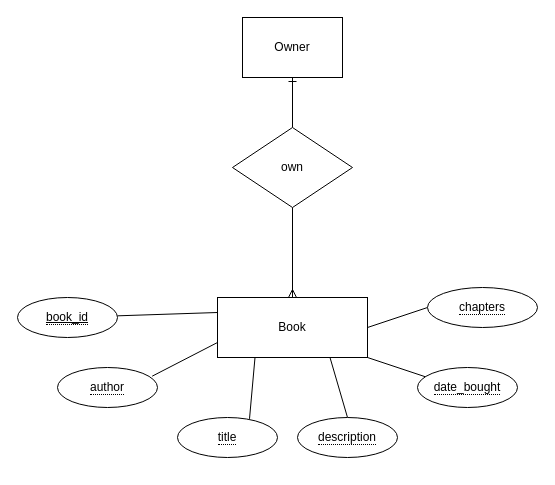
OinkoIT/BE16-DBDev-DAY1-Claus-Christoph keeps this draw.io diagram as page "ER" (2 of 3) of christoph/books.drawio. Above is the earlier version. Source tidied: cells renumbered, new cells numbered last; positions are measured from the earlier drawing's top-left corner, leaving out a move shared by most shapes. Both pictures are drawn from the tidied source at 100%, with x=0, y=0 at pixel (17, 17).
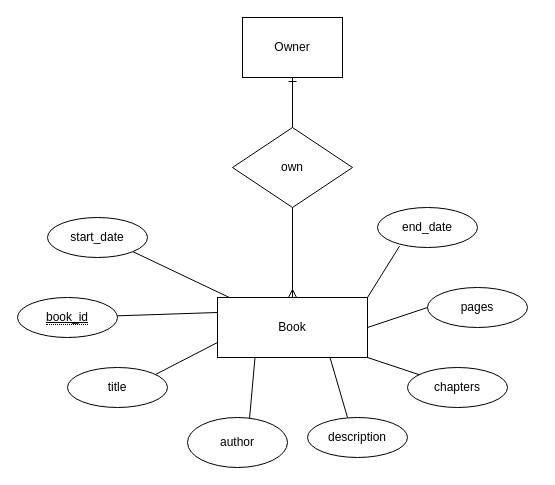
The same page after the edit.

The change refers to these unchanged cells:
```xml
<mxCell id="9" value="Book" style="whiteSpace=wrap;html=1;align=center;" parent="1" vertex="1">
  <mxGeometry x="200" y="280" width="150" height="60" as="geometry" />
</mxCell>
```

Change to the diagram source:
```diff
@@
-    <mxCell id="3" style="edgeStyle=none;html=1;exitX=1;exitY=0.5;exitDx=0;exitDy=0;entryX=0;entryY=0.5;entryDx=0;entryDy=0;endArrow=none;endFill=0;" parent="1" edge="1" source="9" target="15">
-      <mxGeometry relative="1" as="geometry" />
+    <mxCell id="3" style="edgeStyle=none;html=1;exitX=1;exitY=0.5;exitDx=0;exitDy=0;entryX=0;entryY=0.5;entryDx=0;entryDy=0;endArrow=none;endFill=0;" parent="1" edge="1" source="9">
+      <mxGeometry relative="1" as="geometry">
+        <mxPoint x="410" y="290" as="targetPoint" />
+      </mxGeometry>
     </mxCell>
-    <mxCell id="4" style="edgeStyle=none;html=1;exitX=1;exitY=1;exitDx=0;exitDy=0;entryX=0.08;entryY=0.233;entryDx=0;entryDy=0;entryPerimeter=0;endArrow=none;endFill=0;" parent="1" edge="1" source="9" target="14">
-      <mxGeometry relative="1" as="geometry" />
+    <mxCell id="4" style="edgeStyle=none;html=1;exitX=1;exitY=1;exitDx=0;exitDy=0;entryX=0.08;entryY=0.233;entryDx=0;entryDy=0;entryPerimeter=0;endArrow=none;endFill=0;" parent="1" edge="1" source="9">
+      <mxGeometry relative="1" as="geometry">
+        <mxPoint x="408" y="359.3" as="targetPoint" />
+      </mxGeometry>
     </mxCell>
-    <mxCell id="5" style="edgeStyle=none;html=1;exitX=0.75;exitY=1;exitDx=0;exitDy=0;entryX=0.5;entryY=0;entryDx=0;entryDy=0;endArrow=none;endFill=0;" parent="1" edge="1" source="9" target="13">
-      <mxGeometry relative="1" as="geometry" />
+    <mxCell id="5" style="edgeStyle=none;html=1;exitX=0.75;exitY=1;exitDx=0;exitDy=0;entryX=0.5;entryY=0;entryDx=0;entryDy=0;endArrow=none;endFill=0;" parent="1" edge="1" source="9">
+      <mxGeometry relative="1" as="geometry">
+        <mxPoint x="330" y="400" as="targetPoint" />
+      </mxGeometry>
     </mxCell>
-    <mxCell id="6" style="edgeStyle=none;html=1;exitX=0.25;exitY=1;exitDx=0;exitDy=0;entryX=0.72;entryY=0.033;entryDx=0;entryDy=0;entryPerimeter=0;endArrow=none;endFill=0;" parent="1" edge="1" source="9" target="12">
-      <mxGeometry relative="1" as="geometry" />
+    <mxCell id="6" style="edgeStyle=none;html=1;exitX=0.25;exitY=1;exitDx=0;exitDy=0;entryX=0.72;entryY=0.033;entryDx=0;entryDy=0;entryPerimeter=0;endArrow=none;endFill=0;" parent="1" edge="1" source="9">
+      <mxGeometry relative="1" as="geometry">
+        <mxPoint x="232" y="401.3" as="targetPoint" />
+      </mxGeometry>
     </mxCell>
-    <mxCell id="7" style="edgeStyle=none;html=1;exitX=0;exitY=0.75;exitDx=0;exitDy=0;entryX=0.947;entryY=0.217;entryDx=0;entryDy=0;entryPerimeter=0;endArrow=none;endFill=0;" parent="1" edge="1" source="9" target="11">
-      <mxGeometry relative="1" as="geometry" />
+    <mxCell id="7" style="edgeStyle=none;html=1;exitX=0;exitY=0.75;exitDx=0;exitDy=0;entryX=0.947;entryY=0.217;entryDx=0;entryDy=0;entryPerimeter=0;endArrow=none;endFill=0;" parent="1" edge="1" source="9">
+      <mxGeometry relative="1" as="geometry">
+        <mxPoint x="134.7" y="358.7" as="targetPoint" />
+      </mxGeometry>
     </mxCell>
@@
+    <mxCell id="19" style="edgeStyle=none;html=1;exitX=1;exitY=0;exitDx=0;exitDy=0;entryX=0.22;entryY=0.967;entryDx=0;entryDy=0;entryPerimeter=0;endArrow=none;endFill=0;" parent="1" edge="1" source="9" target="23">
+      <mxGeometry relative="1" as="geometry" />
+    </mxCell>
@@
-    <mxCell id="11" value="&lt;span style=&quot;border-bottom: 1px dotted&quot;&gt;author&lt;/span&gt;" style="ellipse;whiteSpace=wrap;html=1;align=center;" parent="1" vertex="1">
-      <mxGeometry x="40" y="350" width="100" height="40" as="geometry" />
-    </mxCell>
-    <mxCell id="12" value="&lt;span style=&quot;border-bottom: 1px dotted&quot;&gt;title&lt;br&gt;&lt;/span&gt;" style="ellipse;whiteSpace=wrap;html=1;align=center;" parent="1" vertex="1">
-      <mxGeometry x="160" y="400" width="100" height="40" as="geometry" />
-    </mxCell>
-    <mxCell id="13" value="&lt;span style=&quot;border-bottom: 1px dotted&quot;&gt;description&lt;/span&gt;" style="ellipse;whiteSpace=wrap;html=1;align=center;" parent="1" vertex="1">
-      <mxGeometry x="280" y="400" width="100" height="40" as="geometry" />
-    </mxCell>
-    <mxCell id="14" value="&lt;span style=&quot;border-bottom: 1px dotted&quot;&gt;date_bought&lt;/span&gt;" style="ellipse;whiteSpace=wrap;html=1;align=center;" parent="1" vertex="1">
-      <mxGeometry x="400" y="350" width="100" height="40" as="geometry" />
-    </mxCell>
-    <mxCell id="15" value="&lt;span style=&quot;border-bottom: 1px dotted&quot;&gt;chapters&lt;/span&gt;" style="ellipse;whiteSpace=wrap;html=1;align=center;" parent="1" vertex="1">
-      <mxGeometry x="410" y="270" width="110" height="40" as="geometry" />
-    </mxCell>
@@
+    <mxCell id="12" value="title" style="ellipse;whiteSpace=wrap;html=1;align=center;" parent="1" vertex="1">
+      <mxGeometry x="50" y="350" width="100" height="40" as="geometry" />
+    </mxCell>
+    <mxCell id="11" value="author" style="ellipse;whiteSpace=wrap;html=1;align=center;" parent="1" vertex="1">
+      <mxGeometry x="170" y="400" width="100" height="50" as="geometry" />
+    </mxCell>
+    <mxCell id="13" value="description" style="ellipse;whiteSpace=wrap;html=1;align=center;" parent="1" vertex="1">
+      <mxGeometry x="290" y="400" width="100" height="40" as="geometry" />
+    </mxCell>
+    <mxCell id="15" value="chapters" style="ellipse;whiteSpace=wrap;html=1;align=center;" parent="1" vertex="1">
+      <mxGeometry x="390" y="350" width="100" height="40" as="geometry" />
+    </mxCell>
+    <mxCell id="20" value="pages" style="ellipse;whiteSpace=wrap;html=1;align=center;" parent="1" vertex="1">
+      <mxGeometry x="410" y="270" width="100" height="40" as="geometry" />
+    </mxCell>
+    <mxCell id="21" style="edgeStyle=none;html=1;exitX=1;exitY=1;exitDx=0;exitDy=0;endArrow=none;endFill=0;" parent="1" edge="1" source="22" target="9">
+      <mxGeometry relative="1" as="geometry" />
+    </mxCell>
+    <mxCell id="22" value="start_date" style="ellipse;whiteSpace=wrap;html=1;align=center;" parent="1" vertex="1">
+      <mxGeometry x="30" y="200" width="100" height="40" as="geometry" />
+    </mxCell>
+    <mxCell id="23" value="end_date" style="ellipse;whiteSpace=wrap;html=1;align=center;" parent="1" vertex="1">
+      <mxGeometry x="360" y="190" width="100" height="40" as="geometry" />
+    </mxCell>
```
